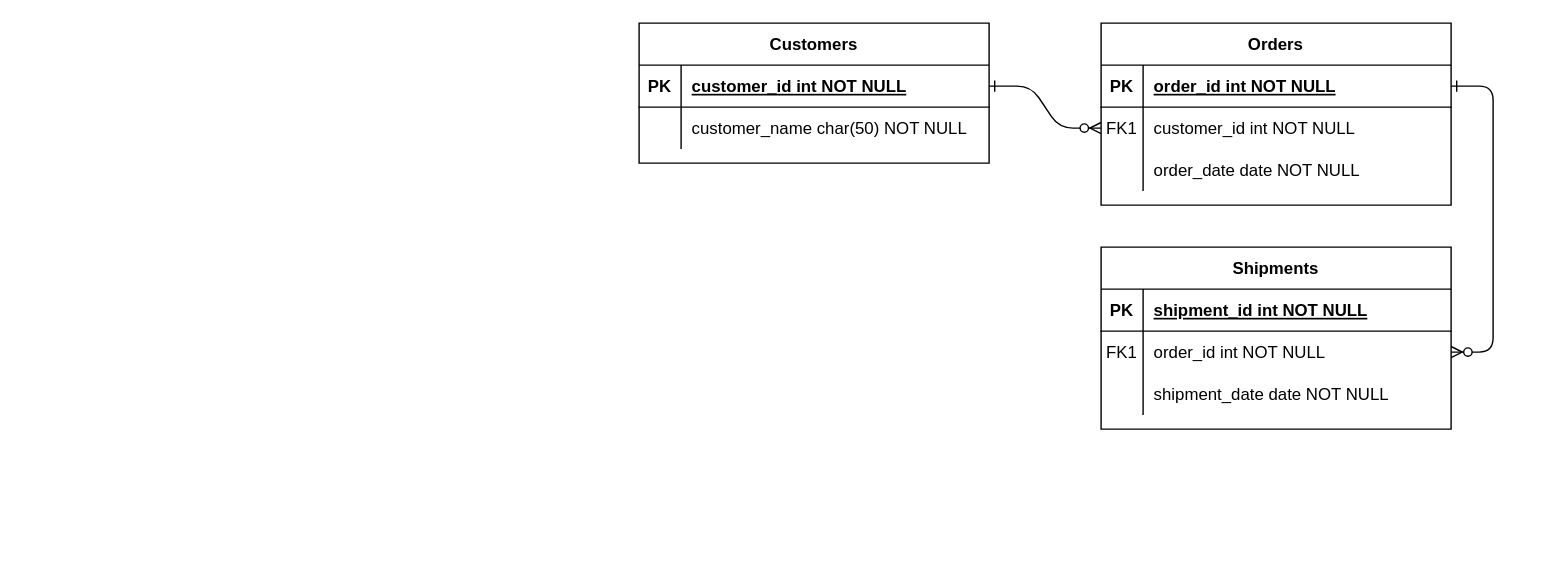
Before: Untitled Diagram.drawio in narahunter13/erd-ayokumlot, a draw.io diagram. Source tidied: cells renumbered, new cells numbered last; positions are measured from the earlier drawing's top-left corner, leaving out a move shared by most shapes. Both pictures are drawn from the tidied source at 140%, with x=0, y=0 at pixel (638, 22).
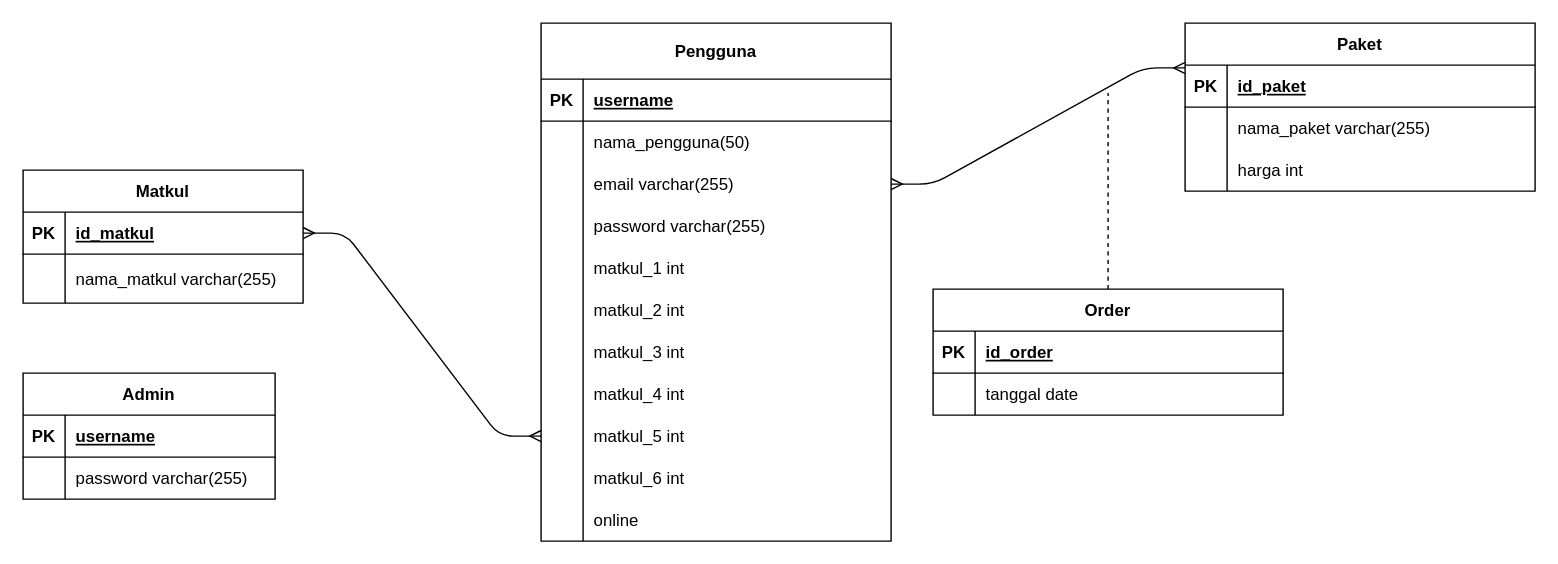
The same page after the edit.

Commit message:
Diagram (Sistem Paket).drawio

Unchanged cells that the change refers to:
```xml
<mxCell id="15" style="shape=partialRectangle;fillColor=none;points=[[0,0.5],[1,0.5]];portConstraint=eastwest;top=0;left=0;right=0;bottom=1;" parent="14" vertex="1">
  <mxGeometry y="30" width="250" height="30" as="geometry" />
</mxCell>
<mxCell id="18" style="shape=partialRectangle;fillColor=none;points=[[0,0.5],[1,0.5]];portConstraint=eastwest;top=0;left=0;right=0;bottom=0;" parent="14" vertex="1">
  <mxGeometry y="60" width="250" height="30" as="geometry" />
</mxCell>
<mxCell id="21" style="shape=partialRectangle;fillColor=none;top=0;left=0;right=0;bottom=0;" parent="14" vertex="1">
  <mxGeometry y="90" width="250" height="30" as="geometry" />
</mxCell>
```

Diff of the diagram source:
```diff
@@
-    <mxCell id="2" style="edgeStyle=entityRelationEdgeStyle;endArrow=ERzeroToMany;startArrow=ERone;endFill=1;startFill=0;" parent="1" edge="1" source="25" target="8">
-      <mxGeometry relative="1" as="geometry" />
-    </mxCell>
-    <mxCell id="3" style="edgeStyle=entityRelationEdgeStyle;endArrow=ERzeroToMany;startArrow=ERone;endFill=1;startFill=0;" parent="1" edge="1" source="5" target="18">
-      <mxGeometry relative="1" as="geometry" />
-    </mxCell>
-    <mxCell id="4" value="Orders" style="shape=table;startSize=30;childLayout=tableLayout;rowLines=0;fontStyle=1;align=center;" parent="1" vertex="1">
-      <mxGeometry x="330" width="250" height="130" as="geometry" />
-    </mxCell>
-    <mxCell id="5" style="shape=partialRectangle;fillColor=none;points=[[0,0.5],[1,0.5]];portConstraint=eastwest;top=0;left=0;right=0;bottom=1;" parent="4" vertex="1">
-      <mxGeometry y="30" width="250" height="30" as="geometry" />
-    </mxCell>
-    <mxCell id="6" value="PK" style="shape=partialRectangle;overflow=hidden;fillColor=none;top=0;left=0;bottom=0;right=0;fontStyle=1;" parent="5" vertex="1">
-      <mxGeometry width="30" height="30" as="geometry" />
-    </mxCell>
-    <mxCell id="7" value="order_id int NOT NULL " style="shape=partialRectangle;overflow=hidden;fillColor=none;top=0;left=0;bottom=0;right=0;align=left;spacingLeft=6;fontStyle=5;" parent="5" vertex="1">
-      <mxGeometry x="30" width="220" height="30" as="geometry" />
-    </mxCell>
-    <mxCell id="8" style="shape=partialRectangle;fillColor=none;points=[[0,0.5],[1,0.5]];portConstraint=eastwest;top=0;left=0;right=0;bottom=0;" parent="4" vertex="1">
-      <mxGeometry y="60" width="250" height="30" as="geometry" />
-    </mxCell>
-    <mxCell id="9" value="FK1" style="shape=partialRectangle;overflow=hidden;fillColor=none;top=0;left=0;bottom=0;right=0;" parent="8" vertex="1">
-      <mxGeometry width="30" height="30" as="geometry" />
-    </mxCell>
-    <mxCell id="10" value="customer_id int NOT NULL" style="shape=partialRectangle;overflow=hidden;fillColor=none;top=0;left=0;bottom=0;right=0;align=left;spacingLeft=6;" parent="8" vertex="1">
-      <mxGeometry x="30" width="220" height="30" as="geometry" />
-    </mxCell>
-    <mxCell id="11" style="shape=partialRectangle;fillColor=none;top=0;left=0;right=0;bottom=0;" parent="4" vertex="1">
-      <mxGeometry y="90" width="250" height="30" as="geometry" />
-    </mxCell>
-    <mxCell id="12" style="shape=partialRectangle;overflow=hidden;fillColor=none;top=0;left=0;bottom=0;right=0;" parent="11" vertex="1">
-      <mxGeometry width="30" height="30" as="geometry" />
-    </mxCell>
-    <mxCell id="13" value="order_date date NOT NULL" style="shape=partialRectangle;overflow=hidden;fillColor=none;top=0;left=0;bottom=0;right=0;align=left;spacingLeft=6;" parent="11" vertex="1">
-      <mxGeometry x="30" width="220" height="30" as="geometry" />
-    </mxCell>
-    <mxCell id="14" value="Shipments" style="shape=table;startSize=30;childLayout=tableLayout;rowLines=0;fontStyle=1;align=center;" parent="1" vertex="1">
-      <mxGeometry x="330" y="160" width="250" height="130" as="geometry" />
+    <mxCell id="14" value="Paket" style="shape=table;startSize=30;childLayout=tableLayout;rowLines=0;fontStyle=1;align=center;" parent="1" vertex="1">
+      <mxGeometry x="390" width="250" height="120" as="geometry" />
     </mxCell>
@@
-    <mxCell id="17" value="shipment_id int NOT NULL " style="shape=partialRectangle;overflow=hidden;fillColor=none;top=0;left=0;bottom=0;right=0;align=left;spacingLeft=6;fontStyle=5;" parent="15" vertex="1">
+    <mxCell id="17" value="id_paket" style="shape=partialRectangle;overflow=hidden;fillColor=none;top=0;left=0;bottom=0;right=0;align=left;spacingLeft=6;fontStyle=5;" parent="15" vertex="1">
       <mxGeometry x="30" width="220" height="30" as="geometry" />
     </mxCell>
@@
-    <mxCell id="19" value="FK1" style="shape=partialRectangle;overflow=hidden;fillColor=none;top=0;left=0;bottom=0;right=0;" parent="18" vertex="1">
+    <mxCell id="19" style="shape=partialRectangle;overflow=hidden;fillColor=none;top=0;left=0;bottom=0;right=0;" parent="18" vertex="1">
       <mxGeometry width="30" height="30" as="geometry" />
     </mxCell>
-    <mxCell id="20" value="order_id int NOT NULL" style="shape=partialRectangle;overflow=hidden;fillColor=none;top=0;left=0;bottom=0;right=0;align=left;spacingLeft=6;" parent="18" vertex="1">
+    <mxCell id="20" value="nama_paket varchar(255)" style="shape=partialRectangle;overflow=hidden;fillColor=none;top=0;left=0;bottom=0;right=0;align=left;spacingLeft=6;" parent="18" vertex="1">
       <mxGeometry x="30" width="220" height="30" as="geometry" />
     </mxCell>
@@
-    <mxCell id="23" value="shipment_date date NOT NULL" style="shape=partialRectangle;overflow=hidden;fillColor=none;top=0;left=0;bottom=0;right=0;align=left;spacingLeft=6;" parent="21" vertex="1">
+    <mxCell id="23" value="harga int" style="shape=partialRectangle;overflow=hidden;fillColor=none;top=0;left=0;bottom=0;right=0;align=left;spacingLeft=6;" parent="21" vertex="1">
       <mxGeometry x="30" width="220" height="30" as="geometry" />
     </mxCell>
+    <mxCell id="31" style="edgeStyle=entityRelationEdgeStyle;fontSize=12;html=1;endArrow=ERmany;startArrow=ERmany;entryX=0;entryY=0.067;entryDx=0;entryDy=0;entryPerimeter=0;" parent="1" edge="1" source="32" target="15">
+      <mxGeometry relative="1" as="geometry" />
+    </mxCell>
-    <mxCell id="24" value="Customers" style="shape=table;startSize=30;childLayout=tableLayout;rowLines=0;fontStyle=1;align=center;" parent="1" vertex="1">
-      <mxGeometry width="250" height="100" as="geometry" />
+    <mxCell id="24" value="Pengguna" style="shape=table;startSize=40;childLayout=tableLayout;rowLines=0;fontStyle=1;align=center;" parent="1" vertex="1">
+      <mxGeometry x="-70" width="250" height="370" as="geometry" />
     </mxCell>
     <mxCell id="25" style="shape=partialRectangle;fillColor=none;points=[[0,0.5],[1,0.5]];portConstraint=eastwest;top=0;left=0;right=0;bottom=1;" parent="24" vertex="1">
-      <mxGeometry y="30" width="250" height="30" as="geometry" />
+      <mxGeometry y="40" width="250" height="30" as="geometry" />
     </mxCell>
@@
-    <mxCell id="27" value="customer_id int NOT NULL " style="shape=partialRectangle;overflow=hidden;fillColor=none;top=0;left=0;bottom=0;right=0;align=left;spacingLeft=6;fontStyle=5;" parent="25" vertex="1">
+    <mxCell id="27" value="username" style="shape=partialRectangle;overflow=hidden;fillColor=none;top=0;left=0;bottom=0;right=0;align=left;spacingLeft=6;fontStyle=5;" parent="25" vertex="1">
       <mxGeometry x="30" width="220" height="30" as="geometry" />
     </mxCell>
     <mxCell id="28" style="shape=partialRectangle;fillColor=none;top=0;left=0;right=0;bottom=0;" parent="24" vertex="1">
-      <mxGeometry y="60" width="250" height="30" as="geometry" />
+      <mxGeometry y="70" width="250" height="30" as="geometry" />
     </mxCell>
@@
-    <mxCell id="30" value="customer_name char(50) NOT NULL" style="shape=partialRectangle;overflow=hidden;fillColor=none;top=0;left=0;bottom=0;right=0;align=left;spacingLeft=6;" parent="28" vertex="1">
+    <mxCell id="30" value="nama_pengguna(50)" style="shape=partialRectangle;overflow=hidden;fillColor=none;top=0;left=0;bottom=0;right=0;align=left;spacingLeft=6;fontStyle=0;" parent="28" vertex="1">
       <mxGeometry x="30" width="220" height="30" as="geometry" />
     </mxCell>
+    <mxCell id="32" style="shape=partialRectangle;fillColor=none;points=[[0,0.5],[1,0.5]];portConstraint=eastwest;top=0;left=0;right=0;bottom=0;" parent="24" vertex="1">
+      <mxGeometry y="100" width="250" height="30" as="geometry" />
+    </mxCell>
+    <mxCell id="33" style="shape=partialRectangle;overflow=hidden;fillColor=none;top=0;left=0;bottom=0;right=0;" parent="32" vertex="1">
+      <mxGeometry width="30" height="30" as="geometry" />
+    </mxCell>
+    <mxCell id="34" value="email varchar(255)" style="shape=partialRectangle;overflow=hidden;fillColor=none;top=0;left=0;bottom=0;right=0;align=left;spacingLeft=6;fontStyle=0;" parent="32" vertex="1">
+      <mxGeometry x="30" width="220" height="30" as="geometry" />
+    </mxCell>
+    <mxCell id="35" style="shape=partialRectangle;fillColor=none;top=0;left=0;right=0;bottom=0;" parent="24" vertex="1">
+      <mxGeometry y="130" width="250" height="30" as="geometry" />
+    </mxCell>
+    <mxCell id="36" style="shape=partialRectangle;overflow=hidden;fillColor=none;top=0;left=0;bottom=0;right=0;" parent="35" vertex="1">
+      <mxGeometry width="30" height="30" as="geometry" />
+    </mxCell>
+    <mxCell id="37" value="password varchar(255)" style="shape=partialRectangle;overflow=hidden;fillColor=none;top=0;left=0;bottom=0;right=0;align=left;spacingLeft=6;fontStyle=0;" parent="35" vertex="1">
+      <mxGeometry x="30" width="220" height="30" as="geometry" />
+    </mxCell>
+    <mxCell id="38" style="shape=partialRectangle;fillColor=none;top=0;left=0;right=0;bottom=0;" parent="24" vertex="1">
+      <mxGeometry y="160" width="250" height="30" as="geometry" />
+    </mxCell>
+    <mxCell id="39" style="shape=partialRectangle;overflow=hidden;fillColor=none;top=0;left=0;bottom=0;right=0;" parent="38" vertex="1">
+      <mxGeometry width="30" height="30" as="geometry" />
+    </mxCell>
+    <mxCell id="40" value="matkul_1 int" style="shape=partialRectangle;overflow=hidden;fillColor=none;top=0;left=0;bottom=0;right=0;align=left;spacingLeft=6;fontStyle=0;" parent="38" vertex="1">
+      <mxGeometry x="30" width="220" height="30" as="geometry" />
+    </mxCell>
+    <mxCell id="41" style="shape=partialRectangle;fillColor=none;top=0;left=0;right=0;bottom=0;" parent="24" vertex="1">
+      <mxGeometry y="190" width="250" height="30" as="geometry" />
+    </mxCell>
+    <mxCell id="42" style="shape=partialRectangle;overflow=hidden;fillColor=none;top=0;left=0;bottom=0;right=0;" parent="41" vertex="1">
+      <mxGeometry width="30" height="30" as="geometry" />
+    </mxCell>
+    <mxCell id="43" value="matkul_2 int" style="shape=partialRectangle;overflow=hidden;fillColor=none;top=0;left=0;bottom=0;right=0;align=left;spacingLeft=6;fontStyle=0;" parent="41" vertex="1">
+      <mxGeometry x="30" width="220" height="30" as="geometry" />
+    </mxCell>
+    <mxCell id="44" style="shape=partialRectangle;fillColor=none;top=0;left=0;right=0;bottom=0;" parent="24" vertex="1">
+      <mxGeometry y="220" width="250" height="30" as="geometry" />
+    </mxCell>
+    <mxCell id="45" style="shape=partialRectangle;overflow=hidden;fillColor=none;top=0;left=0;bottom=0;right=0;" parent="44" vertex="1">
+      <mxGeometry width="30" height="30" as="geometry" />
+    </mxCell>
+    <mxCell id="46" value="matkul_3 int" style="shape=partialRectangle;overflow=hidden;fillColor=none;top=0;left=0;bottom=0;right=0;align=left;spacingLeft=6;fontStyle=0;" parent="44" vertex="1">
+      <mxGeometry x="30" width="220" height="30" as="geometry" />
+    </mxCell>
+    <mxCell id="47" style="shape=partialRectangle;fillColor=none;top=0;left=0;right=0;bottom=0;" parent="24" vertex="1">
+      <mxGeometry y="250" width="250" height="30" as="geometry" />
+    </mxCell>
+    <mxCell id="48" style="shape=partialRectangle;overflow=hidden;fillColor=none;top=0;left=0;bottom=0;right=0;" parent="47" vertex="1">
+      <mxGeometry width="30" height="30" as="geometry" />
+    </mxCell>
+    <mxCell id="49" value="matkul_4 int" style="shape=partialRectangle;overflow=hidden;fillColor=none;top=0;left=0;bottom=0;right=0;align=left;spacingLeft=6;fontStyle=0;" parent="47" vertex="1">
+      <mxGeometry x="30" width="220" height="30" as="geometry" />
+    </mxCell>
+    <mxCell id="50" style="shape=partialRectangle;fillColor=none;points=[[0,0.5],[1,0.5]];portConstraint=eastwest;top=0;left=0;right=0;bottom=0;" parent="24" vertex="1">
+      <mxGeometry y="280" width="250" height="30" as="geometry" />
+    </mxCell>
+    <mxCell id="51" style="shape=partialRectangle;overflow=hidden;fillColor=none;top=0;left=0;bottom=0;right=0;" parent="50" vertex="1">
+      <mxGeometry width="30" height="30" as="geometry" />
+    </mxCell>
+    <mxCell id="52" value="matkul_5 int" style="shape=partialRectangle;overflow=hidden;fillColor=none;top=0;left=0;bottom=0;right=0;align=left;spacingLeft=6;fontStyle=0;" parent="50" vertex="1">
+      <mxGeometry x="30" width="220" height="30" as="geometry" />
+    </mxCell>
+    <mxCell id="53" style="shape=partialRectangle;fillColor=none;top=0;left=0;right=0;bottom=0;" parent="24" vertex="1">
+      <mxGeometry y="310" width="250" height="30" as="geometry" />
+    </mxCell>
+    <mxCell id="54" style="shape=partialRectangle;overflow=hidden;fillColor=none;top=0;left=0;bottom=0;right=0;" parent="53" vertex="1">
+      <mxGeometry width="30" height="30" as="geometry" />
+    </mxCell>
+    <mxCell id="55" value="matkul_6 int" style="shape=partialRectangle;overflow=hidden;fillColor=none;top=0;left=0;bottom=0;right=0;align=left;spacingLeft=6;fontStyle=0;" parent="53" vertex="1">
+      <mxGeometry x="30" width="220" height="30" as="geometry" />
+    </mxCell>
+    <mxCell id="56" style="shape=partialRectangle;fillColor=none;top=0;left=0;right=0;bottom=0;" parent="24" vertex="1">
+      <mxGeometry y="340" width="250" height="30" as="geometry" />
+    </mxCell>
+    <mxCell id="57" style="shape=partialRectangle;overflow=hidden;fillColor=none;top=0;left=0;bottom=0;right=0;" parent="56" vertex="1">
+      <mxGeometry width="30" height="30" as="geometry" />
+    </mxCell>
+    <mxCell id="58" value="online" style="shape=partialRectangle;overflow=hidden;fillColor=none;top=0;left=0;bottom=0;right=0;align=left;spacingLeft=6;fontStyle=0;" parent="56" vertex="1">
+      <mxGeometry x="30" width="220" height="30" as="geometry" />
+    </mxCell>
+    <mxCell id="59" value="Order" style="shape=table;startSize=30;childLayout=tableLayout;rowLines=0;fontStyle=1;align=center;" parent="1" vertex="1">
+      <mxGeometry x="210" y="190" width="250" height="90" as="geometry" />
+    </mxCell>
+    <mxCell id="60" style="shape=partialRectangle;fillColor=none;top=0;left=0;bottom=1;right=0;" parent="59" vertex="1">
+      <mxGeometry y="30" width="250" height="30" as="geometry" />
+    </mxCell>
+    <mxCell id="61" value="PK" style="shape=partialRectangle;fillColor=none;top=0;left=0;bottom=0;right=0;fontStyle=1;overflow=hidden;" parent="60" vertex="1">
+      <mxGeometry width="30" height="30" as="geometry" />
+    </mxCell>
+    <mxCell id="62" value="id_order" style="shape=partialRectangle;fillColor=none;top=0;left=0;bottom=0;right=0;align=left;spacingLeft=6;fontStyle=5;overflow=hidden;" parent="60" vertex="1">
+      <mxGeometry x="30" width="220" height="30" as="geometry" />
+    </mxCell>
+    <mxCell id="63" style="shape=partialRectangle;fillColor=none;top=0;left=0;bottom=0;right=0;" parent="59" vertex="1">
+      <mxGeometry y="60" width="250" height="30" as="geometry" />
+    </mxCell>
+    <mxCell id="64" style="shape=partialRectangle;fillColor=none;top=0;left=0;bottom=0;right=0;overflow=hidden;" parent="63" vertex="1">
+      <mxGeometry width="30" height="30" as="geometry" />
+    </mxCell>
+    <mxCell id="65" value="tanggal date" style="shape=partialRectangle;fillColor=none;top=0;left=0;bottom=0;right=0;align=left;spacingLeft=6;overflow=hidden;" parent="63" vertex="1">
+      <mxGeometry x="30" width="220" height="30" as="geometry" />
+    </mxCell>
+    <mxCell id="66" style="endArrow=none;dashed=1;html=1;" parent="1" edge="1" source="59">
+      <mxGeometry relative="1" as="geometry">
+        <mxPoint x="335" y="50" as="targetPoint" />
+      </mxGeometry>
+    </mxCell>
+    <mxCell id="67" style="edgeStyle=entityRelationEdgeStyle;fontSize=12;html=1;endArrow=ERmany;startArrow=ERmany;" parent="1" edge="1" source="50" target="69">
+      <mxGeometry relative="1" as="geometry" />
+    </mxCell>
+    <mxCell id="68" value="Matkul" style="shape=table;startSize=30;childLayout=tableLayout;rowLines=0;fontStyle=1;align=center;" parent="1" vertex="1">
+      <mxGeometry x="-440" y="105" width="200" height="95" as="geometry" />
+    </mxCell>
+    <mxCell id="69" style="shape=partialRectangle;fillColor=none;top=0;left=0;bottom=1;right=0;points=[[0,0.5],[1,0.5]];portConstraint=eastwest;" parent="68" vertex="1">
+      <mxGeometry y="30" width="200" height="30" as="geometry" />
+    </mxCell>
+    <mxCell id="70" value="PK" style="shape=partialRectangle;fillColor=none;top=0;left=0;bottom=0;right=0;fontStyle=1;overflow=hidden;" parent="69" vertex="1">
+      <mxGeometry width="30" height="30" as="geometry" />
+    </mxCell>
+    <mxCell id="71" value="id_matkul" style="shape=partialRectangle;fillColor=none;top=0;left=0;bottom=0;right=0;align=left;spacingLeft=6;fontStyle=5;overflow=hidden;" parent="69" vertex="1">
+      <mxGeometry x="30" width="170" height="30" as="geometry" />
+    </mxCell>
+    <mxCell id="72" style="shape=partialRectangle;fillColor=none;top=0;left=0;bottom=0;right=0;" parent="68" vertex="1">
+      <mxGeometry y="60" width="200" height="35" as="geometry" />
+    </mxCell>
+    <mxCell id="73" style="shape=partialRectangle;fillColor=none;top=0;left=0;bottom=0;right=0;overflow=hidden;" parent="72" vertex="1">
+      <mxGeometry width="30" height="35" as="geometry" />
+    </mxCell>
+    <mxCell id="74" value="nama_matkul varchar(255)" style="shape=partialRectangle;fillColor=none;top=0;left=0;bottom=0;right=0;align=left;spacingLeft=6;overflow=hidden;" parent="72" vertex="1">
+      <mxGeometry x="30" width="170" height="35" as="geometry" />
+    </mxCell>
+    <mxCell id="75" value="Admin" style="shape=table;startSize=30;childLayout=tableLayout;rowLines=0;fontStyle=1;align=center;" parent="1" vertex="1">
+      <mxGeometry x="-440" y="250" width="180" height="90" as="geometry" />
+    </mxCell>
+    <mxCell id="76" style="shape=partialRectangle;fillColor=none;top=0;left=0;bottom=1;right=0;" parent="75" vertex="1">
+      <mxGeometry y="30" width="180" height="30" as="geometry" />
+    </mxCell>
+    <mxCell id="77" value="PK" style="shape=partialRectangle;fillColor=none;top=0;left=0;bottom=0;right=0;fontStyle=1;overflow=hidden;" parent="76" vertex="1">
+      <mxGeometry width="30" height="30" as="geometry" />
+    </mxCell>
+    <mxCell id="78" value="username" style="shape=partialRectangle;fillColor=none;top=0;left=0;bottom=0;right=0;align=left;spacingLeft=6;fontStyle=5;overflow=hidden;" parent="76" vertex="1">
+      <mxGeometry x="30" width="150" height="30" as="geometry" />
+    </mxCell>
+    <mxCell id="79" style="shape=partialRectangle;fillColor=none;top=0;left=0;bottom=0;right=0;" parent="75" vertex="1">
+      <mxGeometry y="60" width="180" height="30" as="geometry" />
+    </mxCell>
+    <mxCell id="80" style="shape=partialRectangle;fillColor=none;top=0;left=0;bottom=0;right=0;overflow=hidden;" parent="79" vertex="1">
+      <mxGeometry width="30" height="30" as="geometry" />
+    </mxCell>
+    <mxCell id="81" value="password varchar(255)" style="shape=partialRectangle;fillColor=none;top=0;left=0;bottom=0;right=0;align=left;spacingLeft=6;overflow=hidden;" parent="79" vertex="1">
+      <mxGeometry x="30" width="150" height="30" as="geometry" />
+    </mxCell>
```
